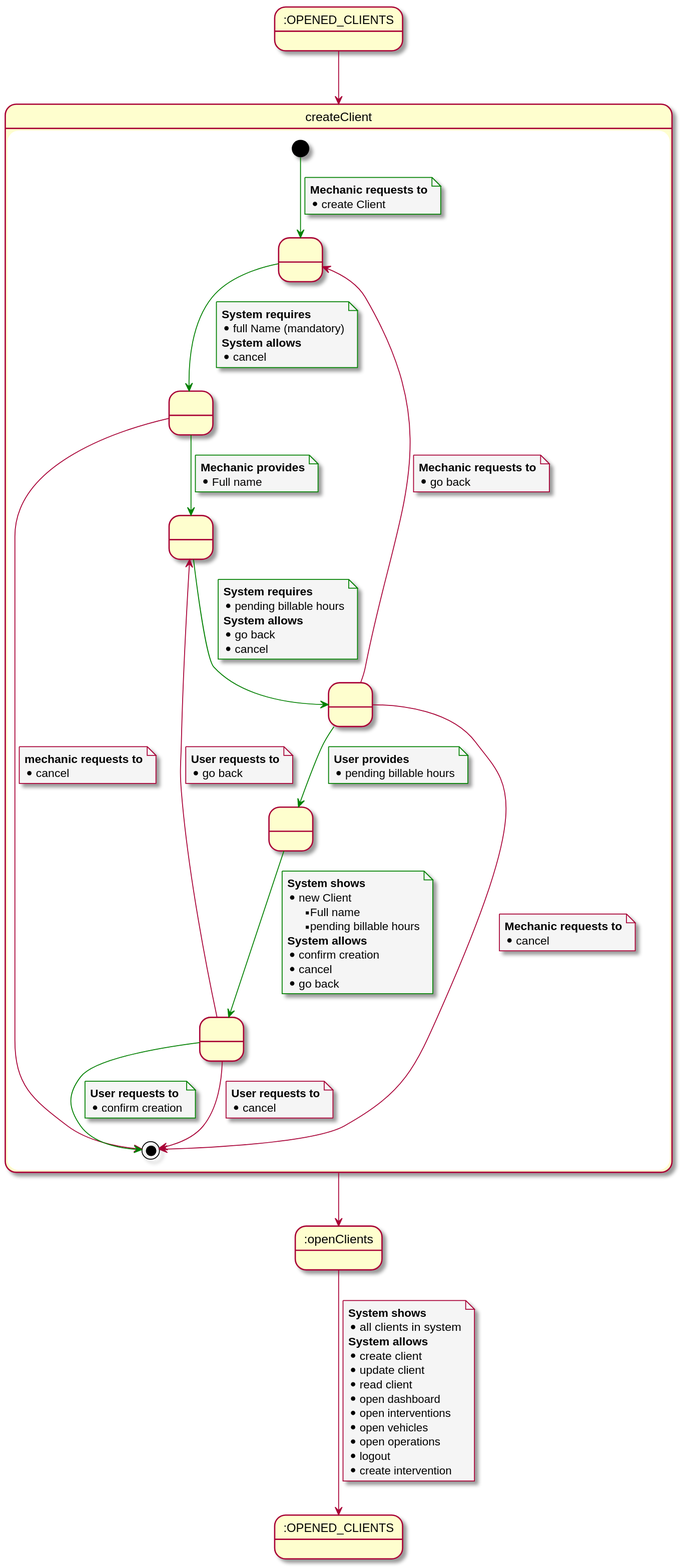
The PlantUML diagram documentation/1usecasesview/usecasesspecification/svg/createClient.svg in Ruskab/agrimManager, before a commit.
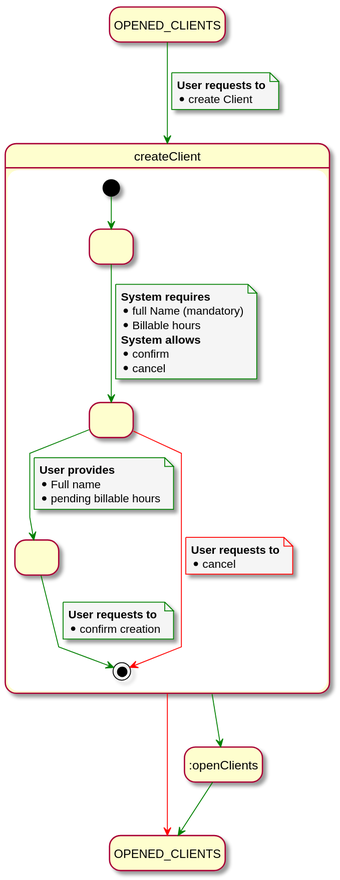
After the change.

The edit, as a diff of the source:
```diff
@@ -1,123 +1,66 @@
 @startuml
+
 skinparam {
     NoteBackgroundColor #whiteSmoke
+    ArrowColor #green
+    NoteBorderColor #green
+    linetype polyline
 }
 
-state initState as ":OPENED_CLIENTS"
-state OPENED_CLIENTS as ":OPENED_CLIENTS"
+hide empty description
+
+state initState as "OPENED_CLIENTS"
+state OPENED_CLIENTS as "OPENED_CLIENTS"
 state openClients as ":openClients"
 
-
 initState --> createClient
+note on link
+    <b>User requests to</b>
+    * create Client
+end note
 
 state createClient {
 state 1 as " "
-state A0 as " "
-state A1 as " "
 state 2 as " "
-state 4 as " "
 state 6 as " "
 
-[*]  -[#Green]-> 1
-note on link
-    <b>Mechanic requests to</b>
-    * create Client
-end note
+[*]  -down-> 1
 
-1 -[#Green]-> 2
+1 -down-> 2
 note on link
     <b>System requires</b>
     * full Name (mandatory)
+    * Billable hours
     <b>System allows</b>
+    * confirm
     * cancel
 end note
 
-2 --> [*]
+2 -down[#red]-> [*]
 note on link
-<b>mechanic requests to
+<b>User requests to
 * cancel
 end note
 
-2 -[#Green]-> 4
-note on link
-<b>Mechanic provides</b>
-* Full name
-end note
-
-4 -[#Green]-> A0
-note on link
-<b>System requires</b>
-* pending billable hours
-<b>System allows</b>
-* go back
-* cancel
-end note
-
-A0 --> 1
-note on link
-<b>Mechanic requests to</b>
-* go back
-end note
-
-
-A0 --> [*]
-note on link
-<b>Mechanic requests to</b>
-* cancel
-end note
-
-A0 -[#Green]-> A1
+2 -down-> 6
 note on link
 <b>User provides</b>
+* Full name
 * pending billable hours
 end note
 
-A1 -[#Green]-> 6
-note on link
-    <b>System shows</b>
-    * new Client
-    ** Full name
-    ** pending billable hours
-    <b>System allows</b>
-    *confirm creation
-    *cancel
-    *go back
-end note
-
-6 -[#Green]-> [*]
+6 -down-> [*]
 note on link
 <b>User requests to</b>
 * confirm creation
 end note
-6 --> 4
-note on link
-<b>User requests to</b>
-* go back
-end note
 
-6 --> [*]
-note on link
-<b>User requests to</b>
-* cancel
-end note
 }
 
-createClient --> openClients
+createClient -down-> openClients
+createClient -[#red]-> OPENED_CLIENTS
 
-openClients --> OPENED_CLIENTS
-note on link
-<b>System shows</b>
-* all clients in system
-<b>System allows</b>
-* create client
-* update client
-* read client
-* open dashboard
-* open interventions
-* open vehicles
-* open operations
-* logout
-* create intervention
-end note
+openClients -down-> OPENED_CLIENTS
+
 
 @enduml
```
